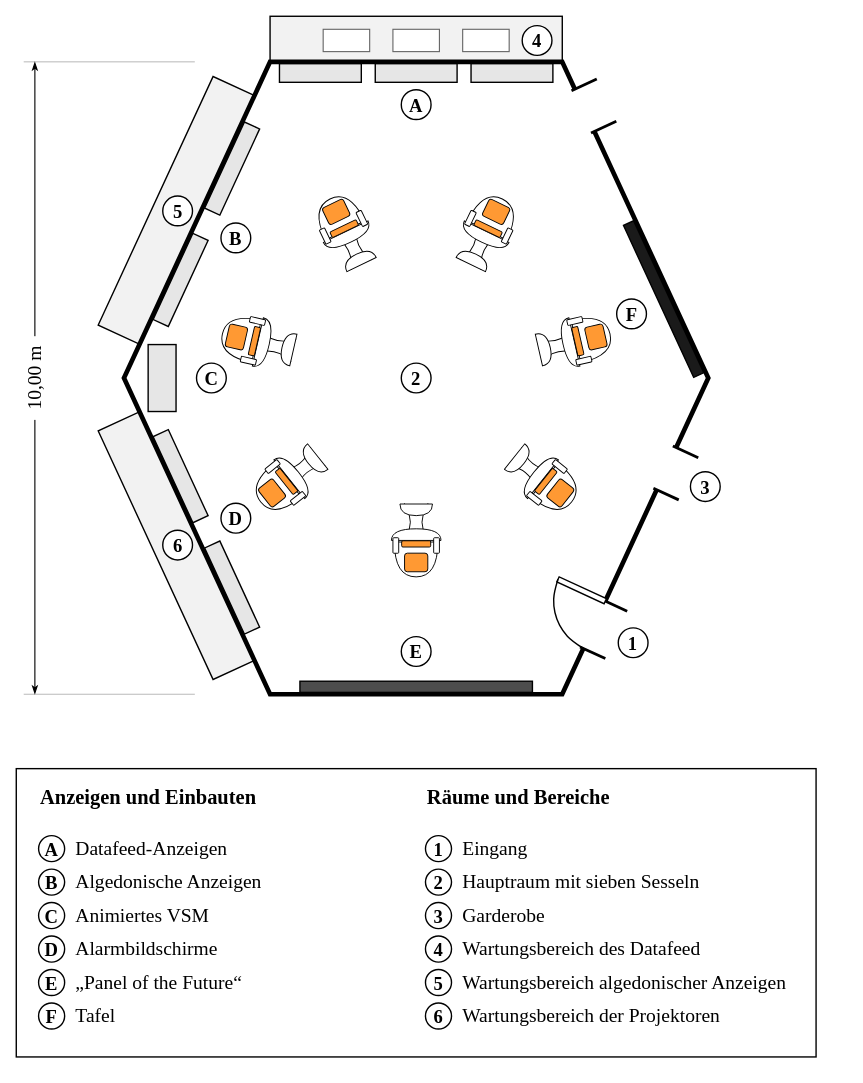
This is abbildungen/Ops-Room.drawio from LevinTheDoctor/fom-typst-template, a draw.io file, before an edit. Source tidied: cells renumbered, new cells numbered last; positions are measured from the earlier drawing's top-left corner, leaving out a move shared by most shapes. Both pictures are drawn from the tidied source at 93%, with x=0, y=0 at pixel (-7, 16). Pictures stored in the file or linked from it are replaced by grey dashed boxes.
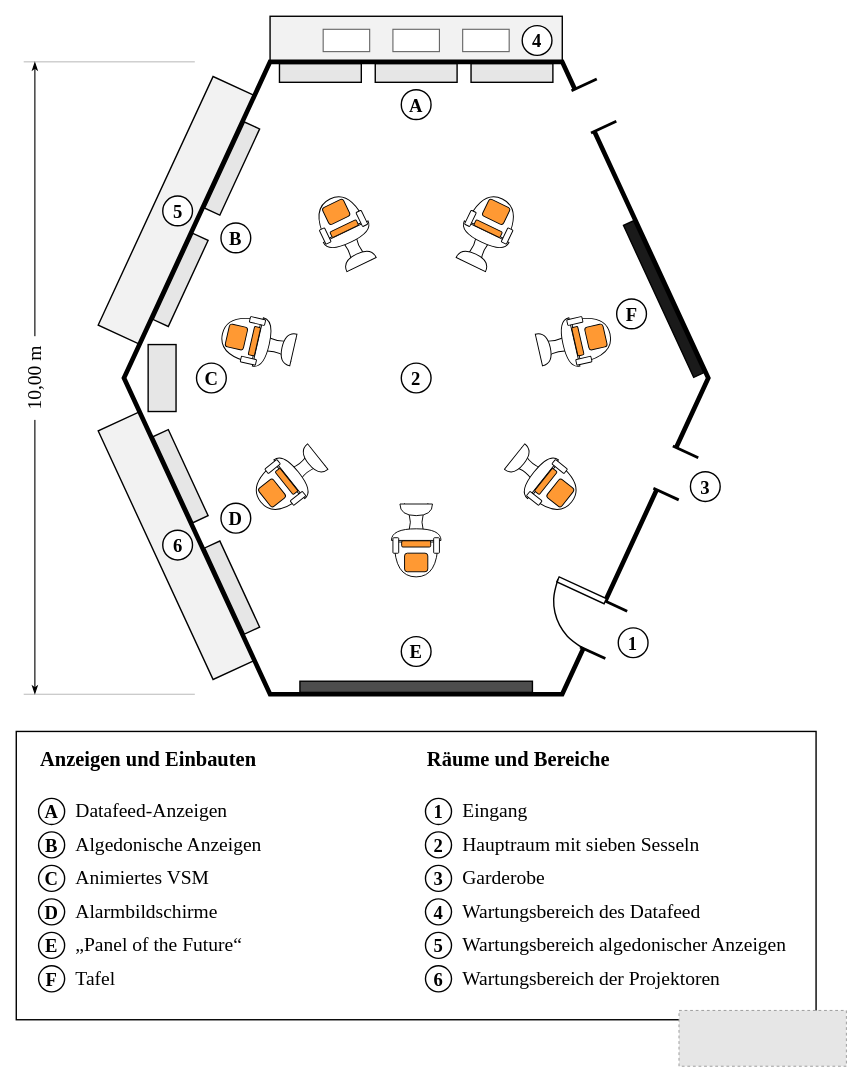
The same diagram, later.

Change to the diagram source:
```diff
@@
     <mxCell id="109" style="rounded=0;html=1;fillColor=none;strokeColor=#000000;strokeWidth=1.5;" parent="1" vertex="1">
-      <mxGeometry x="25" y="809" width="860" height="310" as="geometry" />
+      <mxGeometry x="25" y="769" width="860" height="310" as="geometry" />
     </mxCell>
     <mxCell id="110" value="Anzeigen und Einbauten" style="text;html=1;align=left;verticalAlign=middle;whiteSpace=wrap;strokeColor=none;fillColor=none;fontFamily=Times New Roman;fontSize=22;fontStyle=1;" parent="1" vertex="1">
-      <mxGeometry x="49" y="825" width="400" height="30" as="geometry" />
+      <mxGeometry x="49" y="785" width="400" height="30" as="geometry" />
     </mxCell>
     <mxCell id="111" value="A" style="ellipse;whiteSpace=wrap;html=1;fillColor=#FFFFFF;strokeColor=#000000;strokeWidth=1.5;fontFamily=Times New Roman;fontSize=20;fontStyle=1;" parent="1" vertex="1">
-      <mxGeometry x="49" y="881" width="28" height="28" as="geometry" />
+      <mxGeometry x="49" y="841" width="28" height="28" as="geometry" />
     </mxCell>
@@
     <mxCell id="113" value="Datafeed-Anzeigen" style="text;html=1;align=left;verticalAlign=middle;whiteSpace=wrap;strokeColor=none;fillColor=none;fontFamily=Times New Roman;fontSize=21;" parent="1" vertex="1">
-      <mxGeometry x="87" y="881" width="340" height="28" as="geometry" />
+      <mxGeometry x="87" y="841" width="340" height="28" as="geometry" />
     </mxCell>
     <mxCell id="114" value="B" style="ellipse;whiteSpace=wrap;html=1;fillColor=#FFFFFF;strokeColor=#000000;strokeWidth=1.5;fontFamily=Times New Roman;fontSize=20;fontStyle=1;" parent="1" vertex="1">
-      <mxGeometry x="49" y="917" width="28" height="28" as="geometry" />
+      <mxGeometry x="49" y="877" width="28" height="28" as="geometry" />
     </mxCell>
     <mxCell id="115" value="Algedonische Anzeigen" style="text;html=1;align=left;verticalAlign=middle;whiteSpace=wrap;strokeColor=none;fillColor=none;fontFamily=Times New Roman;fontSize=21;" parent="1" vertex="1">
-      <mxGeometry x="87" y="917" width="340" height="28" as="geometry" />
+      <mxGeometry x="87" y="877" width="340" height="28" as="geometry" />
     </mxCell>
     <mxCell id="116" value="C" style="ellipse;whiteSpace=wrap;html=1;fillColor=#FFFFFF;strokeColor=#000000;strokeWidth=1.5;fontFamily=Times New Roman;fontSize=20;fontStyle=1;" parent="1" vertex="1">
-      <mxGeometry x="49" y="953" width="28" height="28" as="geometry" />
+      <mxGeometry x="49" y="913" width="28" height="28" as="geometry" />
     </mxCell>
     <mxCell id="117" value="Animiertes VSM" style="text;html=1;align=left;verticalAlign=middle;whiteSpace=wrap;strokeColor=none;fillColor=none;fontFamily=Times New Roman;fontSize=21;" parent="1" vertex="1">
-      <mxGeometry x="87" y="953" width="340" height="28" as="geometry" />
+      <mxGeometry x="87" y="913" width="340" height="28" as="geometry" />
     </mxCell>
     <mxCell id="118" value="D" style="ellipse;whiteSpace=wrap;html=1;fillColor=#FFFFFF;strokeColor=#000000;strokeWidth=1.5;fontFamily=Times New Roman;fontSize=20;fontStyle=1;" parent="1" vertex="1">
-      <mxGeometry x="49" y="989" width="28" height="28" as="geometry" />
+      <mxGeometry x="49" y="949" width="28" height="28" as="geometry" />
     </mxCell>
     <mxCell id="119" value="Alarmbildschirme" style="text;html=1;align=left;verticalAlign=middle;whiteSpace=wrap;strokeColor=none;fillColor=none;fontFamily=Times New Roman;fontSize=21;" parent="1" vertex="1">
-      <mxGeometry x="87" y="989" width="340" height="28" as="geometry" />
+      <mxGeometry x="87" y="949" width="340" height="28" as="geometry" />
     </mxCell>
     <mxCell id="120" value="E" style="ellipse;whiteSpace=wrap;html=1;fillColor=#FFFFFF;strokeColor=#000000;strokeWidth=1.5;fontFamily=Times New Roman;fontSize=20;fontStyle=1;" parent="1" vertex="1">
-      <mxGeometry x="49" y="1025" width="28" height="28" as="geometry" />
+      <mxGeometry x="49" y="985" width="28" height="28" as="geometry" />
     </mxCell>
     <mxCell id="121" value="„Panel of the Future“" style="text;html=1;align=left;verticalAlign=middle;whiteSpace=wrap;strokeColor=none;fillColor=none;fontFamily=Times New Roman;fontSize=21;" parent="1" vertex="1">
-      <mxGeometry x="87" y="1025" width="340" height="28" as="geometry" />
+      <mxGeometry x="87" y="985" width="340" height="28" as="geometry" />
     </mxCell>
     <mxCell id="122" value="F" style="ellipse;whiteSpace=wrap;html=1;fillColor=#FFFFFF;strokeColor=#000000;strokeWidth=1.5;fontFamily=Times New Roman;fontSize=20;fontStyle=1;" parent="1" vertex="1">
-      <mxGeometry x="49" y="1061" width="28" height="28" as="geometry" />
+      <mxGeometry x="49" y="1021" width="28" height="28" as="geometry" />
     </mxCell>
     <mxCell id="123" value="Tafel" style="text;html=1;align=left;verticalAlign=middle;whiteSpace=wrap;strokeColor=none;fillColor=none;fontFamily=Times New Roman;fontSize=21;" parent="1" vertex="1">
-      <mxGeometry x="87" y="1061" width="340" height="28" as="geometry" />
+      <mxGeometry x="87" y="1021" width="340" height="28" as="geometry" />
     </mxCell>
     <mxCell id="124" value="Räume und Bereiche" style="text;html=1;align=left;verticalAlign=middle;whiteSpace=wrap;strokeColor=none;fillColor=none;fontFamily=Times New Roman;fontSize=22;fontStyle=1;" parent="1" vertex="1">
-      <mxGeometry x="465" y="825" width="420" height="30" as="geometry" />
+      <mxGeometry x="465" y="785" width="420" height="30" as="geometry" />
     </mxCell>
     <mxCell id="125" value="1" style="ellipse;whiteSpace=wrap;html=1;fillColor=#FFFFFF;strokeColor=#000000;strokeWidth=1.5;fontFamily=Times New Roman;fontSize=20;fontStyle=1;" parent="1" vertex="1">
-      <mxGeometry x="465" y="881" width="28" height="28" as="geometry" />
+      <mxGeometry x="465" y="841" width="28" height="28" as="geometry" />
     </mxCell>
     <mxCell id="126" value="Eingang" style="text;html=1;align=left;verticalAlign=middle;whiteSpace=wrap;strokeColor=none;fillColor=none;fontFamily=Times New Roman;fontSize=21;" parent="1" vertex="1">
-      <mxGeometry x="503" y="881" width="360" height="28" as="geometry" />
+      <mxGeometry x="503" y="841" width="360" height="28" as="geometry" />
     </mxCell>
     <mxCell id="127" value="2" style="ellipse;whiteSpace=wrap;html=1;fillColor=#FFFFFF;strokeColor=#000000;strokeWidth=1.5;fontFamily=Times New Roman;fontSize=20;fontStyle=1;" parent="1" vertex="1">
-      <mxGeometry x="465" y="917" width="28" height="28" as="geometry" />
+      <mxGeometry x="465" y="877" width="28" height="28" as="geometry" />
     </mxCell>
     <mxCell id="128" value="Hauptraum mit sieben Sesseln" style="text;html=1;align=left;verticalAlign=middle;whiteSpace=wrap;strokeColor=none;fillColor=none;fontFamily=Times New Roman;fontSize=21;" parent="1" vertex="1">
-      <mxGeometry x="503" y="917" width="360" height="28" as="geometry" />
+      <mxGeometry x="503" y="877" width="360" height="28" as="geometry" />
     </mxCell>
     <mxCell id="129" value="3" style="ellipse;whiteSpace=wrap;html=1;fillColor=#FFFFFF;strokeColor=#000000;strokeWidth=1.5;fontFamily=Times New Roman;fontSize=20;fontStyle=1;" parent="1" vertex="1">
-      <mxGeometry x="465" y="953" width="28" height="28" as="geometry" />
+      <mxGeometry x="465" y="913" width="28" height="28" as="geometry" />
     </mxCell>
     <mxCell id="130" value="Garderobe" style="text;html=1;align=left;verticalAlign=middle;whiteSpace=wrap;strokeColor=none;fillColor=none;fontFamily=Times New Roman;fontSize=21;" parent="1" vertex="1">
-      <mxGeometry x="503" y="953" width="360" height="28" as="geometry" />
+      <mxGeometry x="503" y="913" width="360" height="28" as="geometry" />
     </mxCell>
     <mxCell id="131" value="4" style="ellipse;whiteSpace=wrap;html=1;fillColor=#FFFFFF;strokeColor=#000000;strokeWidth=1.5;fontFamily=Times New Roman;fontSize=20;fontStyle=1;" parent="1" vertex="1">
-      <mxGeometry x="465" y="989" width="28" height="28" as="geometry" />
+      <mxGeometry x="465" y="949" width="28" height="28" as="geometry" />
     </mxCell>
     <mxCell id="132" value="Wartungsbereich des Datafeed" style="text;html=1;align=left;verticalAlign=middle;whiteSpace=wrap;strokeColor=none;fillColor=none;fontFamily=Times New Roman;fontSize=21;" parent="1" vertex="1">
-      <mxGeometry x="503" y="989" width="360" height="28" as="geometry" />
+      <mxGeometry x="503" y="949" width="360" height="28" as="geometry" />
     </mxCell>
     <mxCell id="133" value="5" style="ellipse;whiteSpace=wrap;html=1;fillColor=#FFFFFF;strokeColor=#000000;strokeWidth=1.5;fontFamily=Times New Roman;fontSize=20;fontStyle=1;" parent="1" vertex="1">
-      <mxGeometry x="465" y="1025" width="28" height="28" as="geometry" />
+      <mxGeometry x="465" y="985" width="28" height="28" as="geometry" />
     </mxCell>
     <mxCell id="134" value="Wartungsbereich algedonischer Anzeigen" style="text;html=1;align=left;verticalAlign=middle;whiteSpace=wrap;strokeColor=none;fillColor=none;fontFamily=Times New Roman;fontSize=21;" parent="1" vertex="1">
-      <mxGeometry x="503" y="1025" width="360" height="28" as="geometry" />
+      <mxGeometry x="503" y="985" width="360" height="28" as="geometry" />
     </mxCell>
     <mxCell id="135" value="6" style="ellipse;whiteSpace=wrap;html=1;fillColor=#FFFFFF;strokeColor=#000000;strokeWidth=1.5;fontFamily=Times New Roman;fontSize=20;fontStyle=1;" parent="1" vertex="1">
-      <mxGeometry x="465" y="1061" width="28" height="28" as="geometry" />
+      <mxGeometry x="465" y="1021" width="28" height="28" as="geometry" />
     </mxCell>
     <mxCell id="136" value="Wartungsbereich der Projektoren" style="text;html=1;align=left;verticalAlign=middle;whiteSpace=wrap;strokeColor=none;fillColor=none;fontFamily=Times New Roman;fontSize=21;" parent="1" vertex="1">
-      <mxGeometry x="503" y="1061" width="360" height="28" as="geometry" />
+      <mxGeometry x="503" y="1021" width="360" height="28" as="geometry" />
     </mxCell>
+    <mxCell id="137" style="fillColor=#E6E6E6;strokeColor=#999999;dashed=1;verticalLabelPosition=bottom;labelBackgroundColor=default;verticalAlign=top;" parent="1" vertex="1">
+      <mxGeometry x="737.6" y="1069" width="180" height="60" as="geometry" />
+    </mxCell>
```
